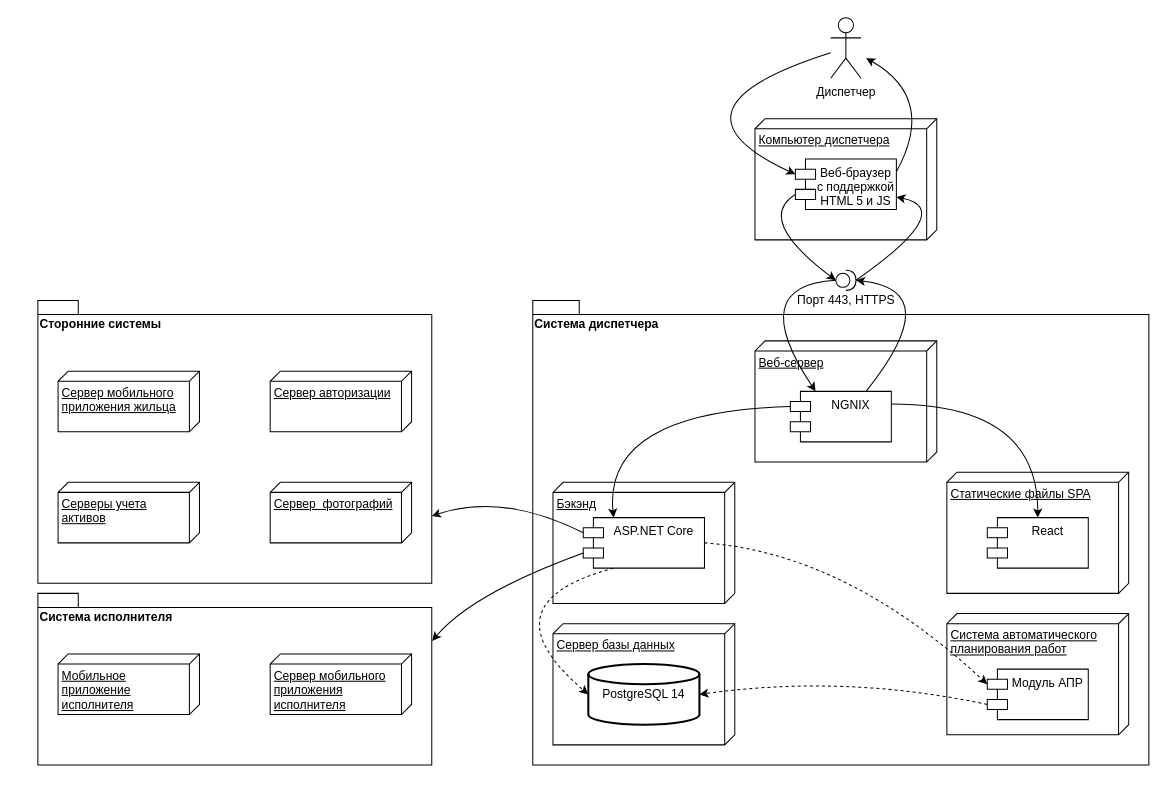
This is deployment.drawio from iamquoz/essen, a draw.io file, before an edit. Source tidied: cells renumbered, new cells numbered last; positions are measured from the earlier drawing's top-left corner, leaving out a move shared by most shapes. Both pictures are drawn from the tidied source at 101%, with x=0, y=0 at pixel (37, 17).
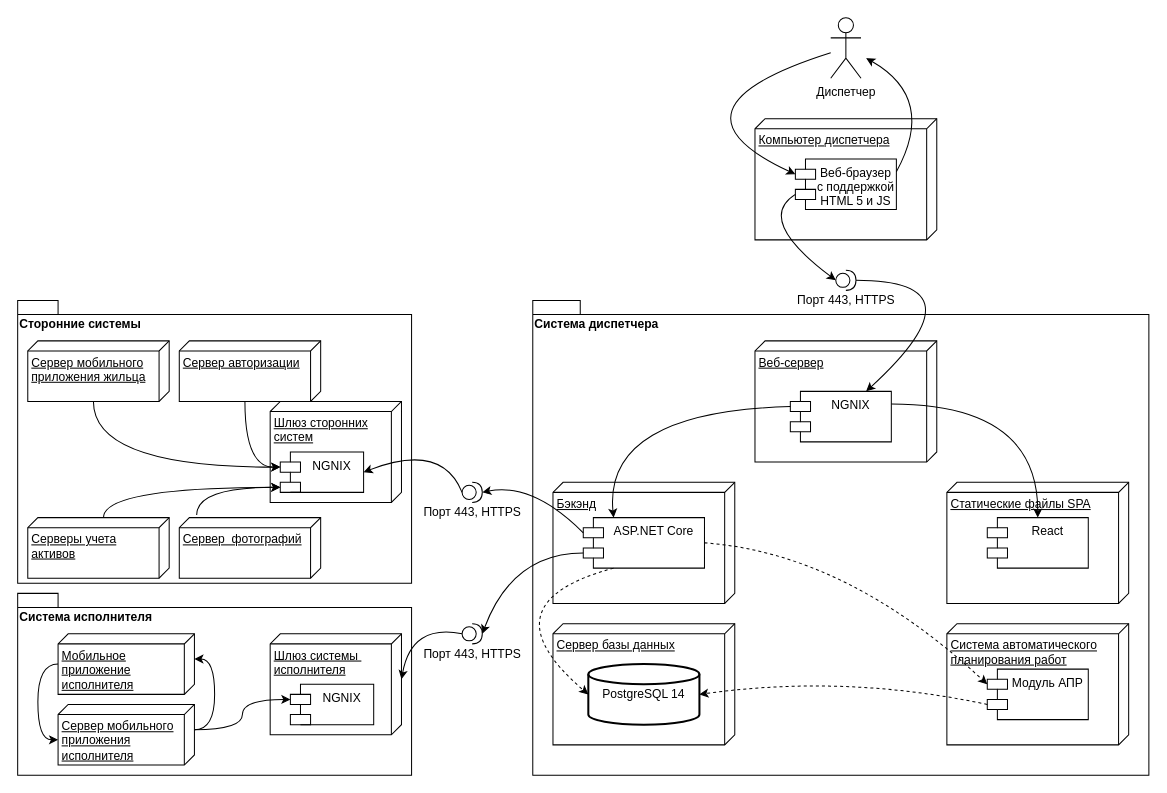
Above is the later version.

Commit message:
add gates to deployment

The change refers to these unchanged cells:
```xml
<mxCell id="10" value="NGNIX" style="shape=module;align=left;spacingLeft=20;align=center;verticalAlign=top;" parent="1" vertex="1">
  <mxGeometry x="745" y="370" width="100" height="50" as="geometry" />
</mxCell>
<mxCell id="13" value="ASP.NET Core" style="shape=module;align=left;spacingLeft=20;align=center;verticalAlign=top;" parent="1" vertex="1">
  <mxGeometry x="540" y="495" width="120" height="50" as="geometry" />
</mxCell>
<mxCell id="22" value="Веб-браузер&#10;с поддержкой&#10;HTML 5 и JS" style="shape=module;align=left;spacingLeft=20;align=center;verticalAlign=top;" parent="1" vertex="1">
  <mxGeometry x="750" y="140" width="100" height="50" as="geometry" />
</mxCell>
<mxCell id="27" value="Порт 443, HTTPS" style="shape=providedRequiredInterface;html=1;verticalLabelPosition=bottom;sketch=0;" parent="1" vertex="1">
  <mxGeometry x="790" y="250" width="20" height="20" as="geometry" />
</mxCell>
```

What changed in the source:
```diff
@@
     <mxCell id="2" value="Система диспетчера" style="shape=folder;fontStyle=1;spacingTop=10;tabWidth=40;tabHeight=14;tabPosition=left;html=1;verticalAlign=top;align=left;" parent="1" vertex="1">
-      <mxGeometry x="490" y="280" width="610" height="460" as="geometry" />
+      <mxGeometry x="490" y="280" width="610" height="470" as="geometry" />
     </mxCell>
     <mxCell id="3" value="Сторонние системы" style="shape=folder;fontStyle=1;spacingTop=10;tabWidth=40;tabHeight=14;tabPosition=left;html=1;verticalAlign=top;align=left;" parent="1" vertex="1">
-      <mxGeometry y="280" width="390" height="280" as="geometry" />
+      <mxGeometry x="-20" y="280" width="390" height="280" as="geometry" />
     </mxCell>
     <mxCell id="4" value="Сервер мобильного &lt;br&gt;приложения жильца" style="verticalAlign=top;align=left;spacingTop=8;spacingLeft=2;spacingRight=12;shape=cube;size=10;direction=south;fontStyle=4;html=1;" parent="1" vertex="1">
-      <mxGeometry x="20" y="350" width="140" height="60" as="geometry" />
+      <mxGeometry x="-10" y="320" width="140" height="60" as="geometry" />
     </mxCell>
     <mxCell id="5" value="Сервер авторизации" style="verticalAlign=top;align=left;spacingTop=8;spacingLeft=2;spacingRight=12;shape=cube;size=10;direction=south;fontStyle=4;html=1;" parent="1" vertex="1">
-      <mxGeometry x="230" y="350" width="140" height="60" as="geometry" />
+      <mxGeometry x="140" y="320" width="140" height="60" as="geometry" />
     </mxCell>
     <mxCell id="6" value="Серверы учета&lt;br&gt;активов" style="verticalAlign=top;align=left;spacingTop=8;spacingLeft=2;spacingRight=12;shape=cube;size=10;direction=south;fontStyle=4;html=1;" parent="1" vertex="1">
-      <mxGeometry x="20" y="460" width="140" height="60" as="geometry" />
+      <mxGeometry x="-10" y="495" width="140" height="60" as="geometry" />
     </mxCell>
@@
     <mxCell id="14" value="Статические файлы SPA" style="verticalAlign=top;align=left;spacingTop=8;spacingLeft=2;spacingRight=12;shape=cube;size=10;direction=south;fontStyle=4;html=1;" parent="1" vertex="1">
-      <mxGeometry x="900" y="450" width="180" height="120" as="geometry" />
+      <mxGeometry x="900" y="460" width="180" height="120" as="geometry" />
     </mxCell>
@@
-    <mxCell id="17" style="curved=1;endArrow=classic;html=1;elbow=vertical;exitX=0;exitY=0;exitDx=0;exitDy=15;exitPerimeter=0;entryX=0;entryY=0;entryDx=390;entryDy=213.5;entryPerimeter=0;" parent="1" edge="1" source="13" target="3">
-      <mxGeometry relative="1" as="geometry">
-        <Array as="points">
-          <mxPoint x="460" y="470" />
-        </Array>
-      </mxGeometry>
-    </mxCell>
@@
     <mxCell id="20" value="Сервер&amp;nbsp; фотографий" style="verticalAlign=top;align=left;spacingTop=8;spacingLeft=2;spacingRight=12;shape=cube;size=10;direction=south;fontStyle=4;html=1;" parent="1" vertex="1">
-      <mxGeometry x="230" y="460" width="140" height="60" as="geometry" />
+      <mxGeometry x="140" y="495" width="140" height="60" as="geometry" />
     </mxCell>
@@
-    <mxCell id="23" style="curved=1;endArrow=classic;html=1;elbow=vertical;exitX=0.75;exitY=0;exitDx=0;exitDy=0;entryX=1;entryY=0.5;entryDx=0;entryDy=0;entryPerimeter=0;" parent="1" edge="1" source="10" target="27">
-      <mxGeometry relative="1" as="geometry">
-        <Array as="points">
-          <mxPoint x="900" y="270" />
-        </Array>
-      </mxGeometry>
-    </mxCell>
-    <mxCell id="24" style="curved=1;endArrow=classic;html=1;elbow=vertical;exitX=0;exitY=0.5;exitDx=0;exitDy=0;entryX=0.25;entryY=0;entryDx=0;entryDy=0;exitPerimeter=0;" parent="1" edge="1" source="27" target="10">
+    <mxCell id="24" style="curved=1;endArrow=classic;html=1;elbow=vertical;exitX=1;exitY=0.5;exitDx=0;exitDy=0;entryX=0.75;entryY=0;entryDx=0;entryDy=0;exitPerimeter=0;" parent="1" edge="1" source="27" target="10">
       <mxGeometry relative="1" as="geometry">
         <Array as="points">
-          <mxPoint x="700" y="265" />
+          <mxPoint x="940" y="260" />
         </Array>
       </mxGeometry>
     </mxCell>
@@
-    <mxCell id="28" style="curved=1;endArrow=classic;html=1;elbow=vertical;exitX=1;exitY=0.5;exitDx=0;exitDy=0;exitPerimeter=0;entryX=1;entryY=0.75;entryDx=0;entryDy=0;" parent="1" edge="1" source="27" target="22">
-      <mxGeometry relative="1" as="geometry">
-        <Array as="points">
-          <mxPoint x="910" y="190" />
-        </Array>
-      </mxGeometry>
-    </mxCell>
@@
     <mxCell id="30" value="Система автоматического &lt;br&gt;планирования работ" style="verticalAlign=top;align=left;spacingTop=8;spacingLeft=2;spacingRight=12;shape=cube;size=10;direction=south;fontStyle=4;html=1;" parent="1" vertex="1">
-      <mxGeometry x="900" y="590" width="180" height="120" as="geometry" />
+      <mxGeometry x="900" y="600" width="180" height="120" as="geometry" />
     </mxCell>
@@
     <mxCell id="34" value="Система исполнителя" style="shape=folder;fontStyle=1;spacingTop=10;tabWidth=40;tabHeight=14;tabPosition=left;html=1;verticalAlign=top;align=left;" parent="1" vertex="1">
-      <mxGeometry y="570" width="390" height="170" as="geometry" />
+      <mxGeometry x="-20" y="570" width="390" height="180" as="geometry" />
     </mxCell>
+    <mxCell id="38" style="edgeStyle=orthogonalEdgeStyle;curved=1;jettySize=auto;html=1;entryX=0;entryY=0;entryDx=35;entryDy=135;entryPerimeter=0;" parent="1" edge="1" source="35" target="36">
+      <mxGeometry relative="1" as="geometry">
+        <Array as="points">
+          <mxPoint y="640" />
+          <mxPoint y="715" />
+        </Array>
+      </mxGeometry>
+    </mxCell>
     <mxCell id="35" value="Мобильное &lt;br&gt;приложение&lt;br&gt;исполнителя" style="verticalAlign=top;align=left;spacingTop=8;spacingLeft=2;spacingRight=12;shape=cube;size=10;direction=south;fontStyle=4;html=1;" parent="1" vertex="1">
-      <mxGeometry x="20" y="630" width="140" height="60" as="geometry" />
+      <mxGeometry x="20" y="610" width="135" height="60" as="geometry" />
     </mxCell>
+    <mxCell id="39" style="edgeStyle=orthogonalEdgeStyle;curved=1;jettySize=auto;html=1;exitX=0;exitY=0;exitDx=25;exitDy=0;exitPerimeter=0;entryX=0;entryY=0;entryDx=25;entryDy=0;entryPerimeter=0;" parent="1" edge="1" source="36" target="35">
+      <mxGeometry relative="1" as="geometry" />
+    </mxCell>
     <mxCell id="36" value="Сервер мобильного &lt;br&gt;приложения &lt;br&gt;исполнителя" style="verticalAlign=top;align=left;spacingTop=8;spacingLeft=2;spacingRight=12;shape=cube;size=10;direction=south;fontStyle=4;html=1;" parent="1" vertex="1">
-      <mxGeometry x="230" y="630" width="140" height="60" as="geometry" />
+      <mxGeometry x="20" y="680" width="135" height="60" as="geometry" />
     </mxCell>
-    <mxCell id="37" style="curved=1;endArrow=classic;html=1;rounded=0;exitX=0;exitY=0;exitDx=0;exitDy=35;exitPerimeter=0;entryX=1.001;entryY=0.277;entryDx=0;entryDy=0;entryPerimeter=0;" parent="1" edge="1" source="13" target="34">
+    <mxCell id="37" style="curved=1;endArrow=classic;html=1;rounded=0;exitX=0;exitY=0;exitDx=0;exitDy=35;exitPerimeter=0;entryX=1;entryY=0.5;entryDx=0;entryDy=0;entryPerimeter=0;" parent="1" edge="1" source="13" target="51">
       <mxGeometry relative="1" as="geometry">
         <Array as="points">
-          <mxPoint x="430" y="570" />
+          <mxPoint x="470" y="530" />
         </Array>
       </mxGeometry>
     </mxCell>
+    <mxCell id="40" value="Шлюз сторонних &lt;br&gt;систем" style="verticalAlign=top;align=left;spacingTop=8;spacingLeft=2;spacingRight=12;shape=cube;size=10;direction=south;fontStyle=4;html=1;" parent="1" vertex="1">
+      <mxGeometry x="230" y="380" width="130" height="100" as="geometry" />
+    </mxCell>
+    <mxCell id="41" style="edgeStyle=orthogonalEdgeStyle;jettySize=auto;html=1;curved=1;entryX=0;entryY=0;entryDx=0;entryDy=15;entryPerimeter=0;exitX=0;exitY=0;exitDx=60;exitDy=75;exitPerimeter=0;" parent="1" edge="1" source="4" target="44">
+      <mxGeometry relative="1" as="geometry" />
+    </mxCell>
+    <mxCell id="42" style="edgeStyle=orthogonalEdgeStyle;curved=1;jettySize=auto;html=1;exitX=0;exitY=0;exitDx=60;exitDy=75;exitPerimeter=0;entryX=0;entryY=0;entryDx=0;entryDy=15;entryPerimeter=0;" parent="1" edge="1" source="5" target="44">
+      <mxGeometry relative="1" as="geometry" />
+    </mxCell>
+    <mxCell id="43" style="edgeStyle=orthogonalEdgeStyle;curved=1;jettySize=auto;html=1;exitX=-0.044;exitY=0.877;exitDx=0;exitDy=0;exitPerimeter=0;entryX=0;entryY=0;entryDx=0;entryDy=35;entryPerimeter=0;" parent="1" edge="1" source="20" target="44">
+      <mxGeometry relative="1" as="geometry" />
+    </mxCell>
+    <mxCell id="44" value="NGNIX" style="shape=module;align=left;spacingLeft=20;align=center;verticalAlign=top;" parent="1" vertex="1">
+      <mxGeometry x="240" y="430" width="82.5" height="40" as="geometry" />
+    </mxCell>
+    <mxCell id="45" style="edgeStyle=orthogonalEdgeStyle;curved=1;jettySize=auto;html=1;exitX=0;exitY=0;exitDx=0;exitDy=65;exitPerimeter=0;entryX=0;entryY=0;entryDx=0;entryDy=35;entryPerimeter=0;" parent="1" edge="1" source="6" target="44">
+      <mxGeometry relative="1" as="geometry" />
+    </mxCell>
+    <mxCell id="46" value="Порт 443, HTTPS" style="shape=providedRequiredInterface;html=1;verticalLabelPosition=bottom;sketch=0;" parent="1" vertex="1">
+      <mxGeometry x="420" y="460" width="20" height="20" as="geometry" />
+    </mxCell>
+    <mxCell id="47" style="curved=1;endArrow=classic;html=1;exitX=0;exitY=0;exitDx=0;exitDy=15;exitPerimeter=0;entryX=1;entryY=0.5;entryDx=0;entryDy=0;entryPerimeter=0;" parent="1" edge="1" source="13" target="46">
+      <mxGeometry relative="1" as="geometry">
+        <Array as="points">
+          <mxPoint x="490" y="460" />
+        </Array>
+      </mxGeometry>
+    </mxCell>
+    <mxCell id="48" style="curved=1;endArrow=classic;html=1;exitX=0;exitY=0.5;exitDx=0;exitDy=0;exitPerimeter=0;entryX=1;entryY=0.5;entryDx=0;entryDy=0;" parent="1" edge="1" source="46" target="44">
+      <mxGeometry relative="1" as="geometry">
+        <Array as="points">
+          <mxPoint x="400" y="420" />
+        </Array>
+      </mxGeometry>
+    </mxCell>
+    <mxCell id="49" value="Шлюз системы&amp;nbsp;&lt;br&gt;исполнителя" style="verticalAlign=top;align=left;spacingTop=8;spacingLeft=2;spacingRight=12;shape=cube;size=10;direction=south;fontStyle=4;html=1;" parent="1" vertex="1">
+      <mxGeometry x="230" y="610" width="130" height="100" as="geometry" />
+    </mxCell>
+    <mxCell id="50" value="NGNIX" style="shape=module;align=left;spacingLeft=20;align=center;verticalAlign=top;" parent="1" vertex="1">
+      <mxGeometry x="250" y="660" width="82.5" height="40" as="geometry" />
+    </mxCell>
+    <mxCell id="51" value="Порт 443, HTTPS" style="shape=providedRequiredInterface;html=1;verticalLabelPosition=bottom;sketch=0;" parent="1" vertex="1">
+      <mxGeometry x="420" y="600" width="20" height="20" as="geometry" />
+    </mxCell>
+    <mxCell id="52" style="curved=1;endArrow=classic;html=1;rounded=0;exitX=0;exitY=0.5;exitDx=0;exitDy=0;exitPerimeter=0;entryX=0;entryY=0;entryDx=45;entryDy=0;entryPerimeter=0;" parent="1" edge="1" source="51" target="49">
+      <mxGeometry relative="1" as="geometry">
+        <Array as="points">
+          <mxPoint x="370" y="600" />
+        </Array>
+      </mxGeometry>
+    </mxCell>
+    <mxCell id="53" style="edgeStyle=orthogonalEdgeStyle;curved=1;jettySize=auto;html=1;exitX=0;exitY=0;exitDx=25;exitDy=0;exitPerimeter=0;entryX=0;entryY=0;entryDx=0;entryDy=15;entryPerimeter=0;" parent="1" edge="1" source="36" target="50">
+      <mxGeometry relative="1" as="geometry" />
+    </mxCell>
```
